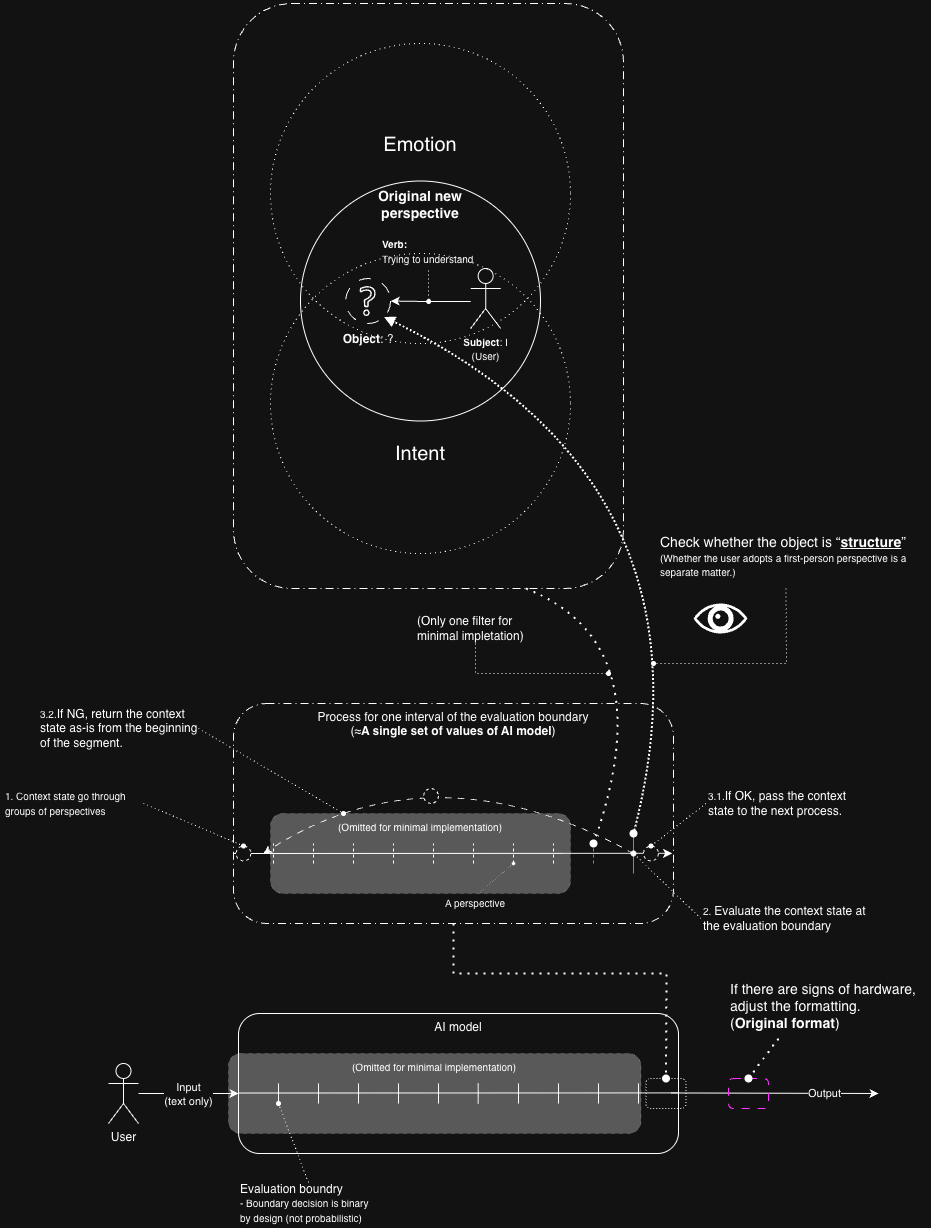
cancan007/Trying-understand-structure-for-u keeps this draw.io diagram as image/position_image.png. Above is the earlier version. Source tidied: cells renumbered, new cells last; positions are measured from the earlier drawing's top-left corner, leaving out a move shared by most shapes.
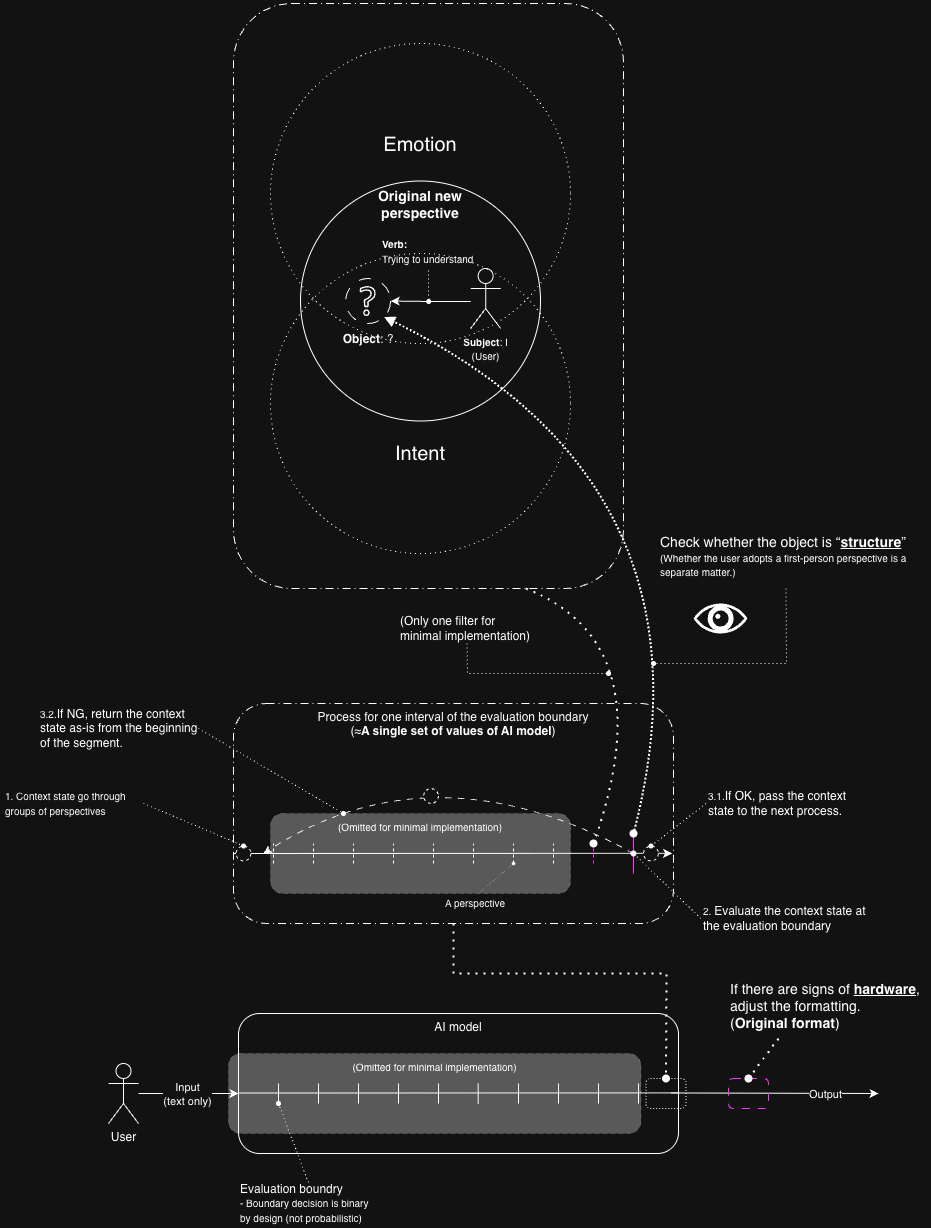
The same diagram one commit later.

Diff of the diagram source:
```diff
@@ -308,20 +308,20 @@
     <mxCell id="67" value="&lt;font style=&quot;font-size: 10px;&quot;&gt;(Omitted for minimal implementation)&lt;/font&gt;" style="rounded=1;whiteSpace=wrap;html=1;fillColor=light-dark(#FFFFFF,#FFFFFF);dashed=1;dashPattern=8 8;verticalAlign=top;strokeWidth=0.5;opacity=30;" parent="1" vertex="1">
       <mxGeometry x="267" y="810" width="300" height="80" as="geometry" />
     </mxCell>
-    <mxCell id="68" value="&lt;span style=&quot;font-size: 14px;&quot;&gt;If there are signs of hardware,&amp;nbsp;&lt;/span&gt;&lt;div&gt;&lt;span style=&quot;font-size: 14px;&quot;&gt;adjust the formatting.&lt;/span&gt;&lt;/div&gt;&lt;div&gt;&lt;span style=&quot;font-size: 14px;&quot;&gt;(&lt;b&gt;Original format&lt;/b&gt;)&lt;/span&gt;&lt;/div&gt;" style="text;html=1;whiteSpace=wrap;strokeColor=none;fillColor=none;align=left;verticalAlign=middle;rounded=0;" parent="1" vertex="1">
+    <mxCell id="68" value="&lt;span style=&quot;font-size: 14px;&quot;&gt;If there are signs of &lt;b&gt;&lt;u&gt;hardware&lt;/u&gt;&lt;/b&gt;,&amp;nbsp;&lt;/span&gt;&lt;div&gt;&lt;span style=&quot;font-size: 14px;&quot;&gt;adjust the formatting.&lt;/span&gt;&lt;/div&gt;&lt;div&gt;&lt;span style=&quot;font-size: 14px;&quot;&gt;(&lt;b&gt;Original format&lt;/b&gt;)&lt;/span&gt;&lt;/div&gt;" style="text;html=1;whiteSpace=wrap;strokeColor=none;fillColor=none;align=left;verticalAlign=middle;rounded=0;" parent="1" vertex="1">
       <mxGeometry x="725" y="970" width="200" height="65" as="geometry" />
     </mxCell>
     <mxCell id="69" style="endArrow=oval;dashed=1;html=1;dashPattern=1 3;strokeWidth=2;rounded=0;entryX=0.5;entryY=0;entryDx=0;entryDy=0;exitX=0.25;exitY=1;exitDx=0;exitDy=0;startArrow=none;startFill=0;endFill=1;" parent="1" edge="1" source="68" target="64">
       <mxGeometry relative="1" as="geometry" />
     </mxCell>
-    <mxCell id="70" value="(Only one filter for minimal impletation)" style="text;html=1;whiteSpace=wrap;strokeColor=none;fillColor=none;align=left;verticalAlign=middle;rounded=0;" parent="1" vertex="1">
-      <mxGeometry x="412" y="610" width="120" height="30" as="geometry" />
+    <mxCell id="70" value="(Only one filter for minimal implementation)" style="text;html=1;whiteSpace=wrap;strokeColor=none;fillColor=none;align=left;verticalAlign=middle;rounded=0;" parent="1" vertex="1">
+      <mxGeometry x="395" y="610" width="137" height="30" as="geometry" />
     </mxCell>
     <mxCell id="71" style="endArrow=oval;dashed=1;html=1;dashPattern=1 3;strokeWidth=1;rounded=0;exitX=0.5;exitY=1;exitDx=0;exitDy=0;endFill=1;startSize=4;endSize=4;" parent="1" edge="1" source="70">
       <mxGeometry relative="1" as="geometry">
         <mxPoint x="605" y="670" as="targetPoint" />
         <Array as="points">
-          <mxPoint x="472" y="670" />
+          <mxPoint x="464" y="670" />
         </Array>
       </mxGeometry>
     </mxCell>
```
